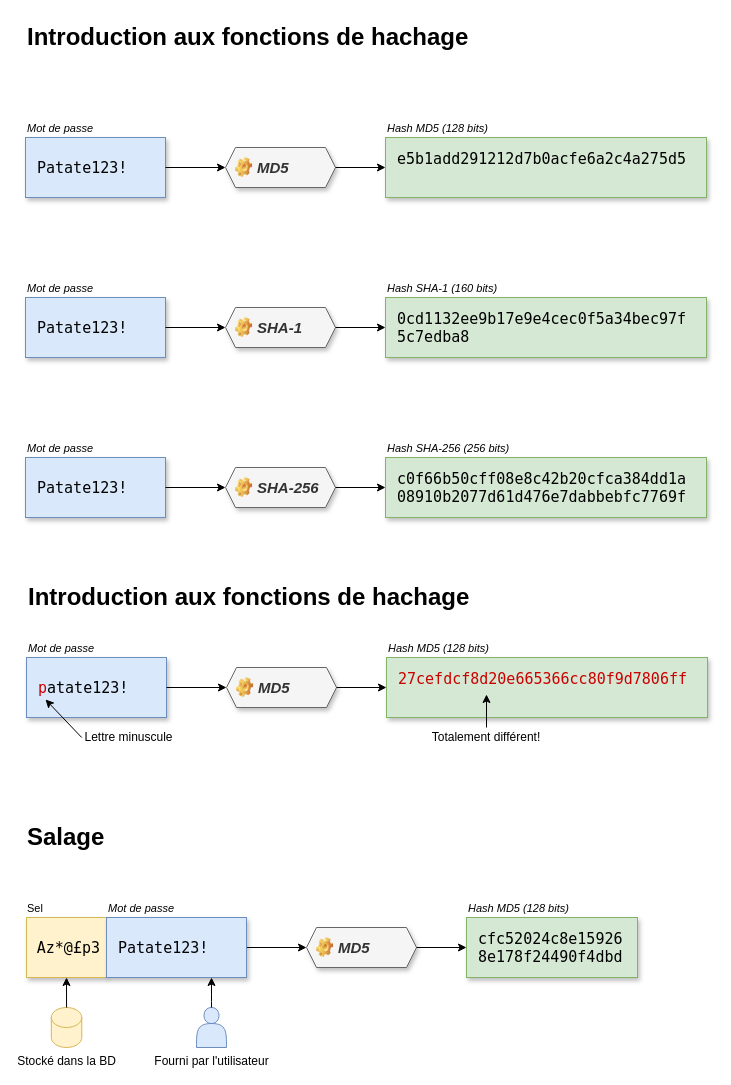
The draw.io diagram web/static/diagrammes.drawio in SlimePuppy8/2P6-proofread, before the edit. Source tidied: cells renumbered, new cells numbered last; positions are measured from the earlier drawing's top-left corner, leaving out a move shared by most shapes. Both pictures are drawn from the tidied source at 100%, with x=0, y=0 at pixel (25, 17).
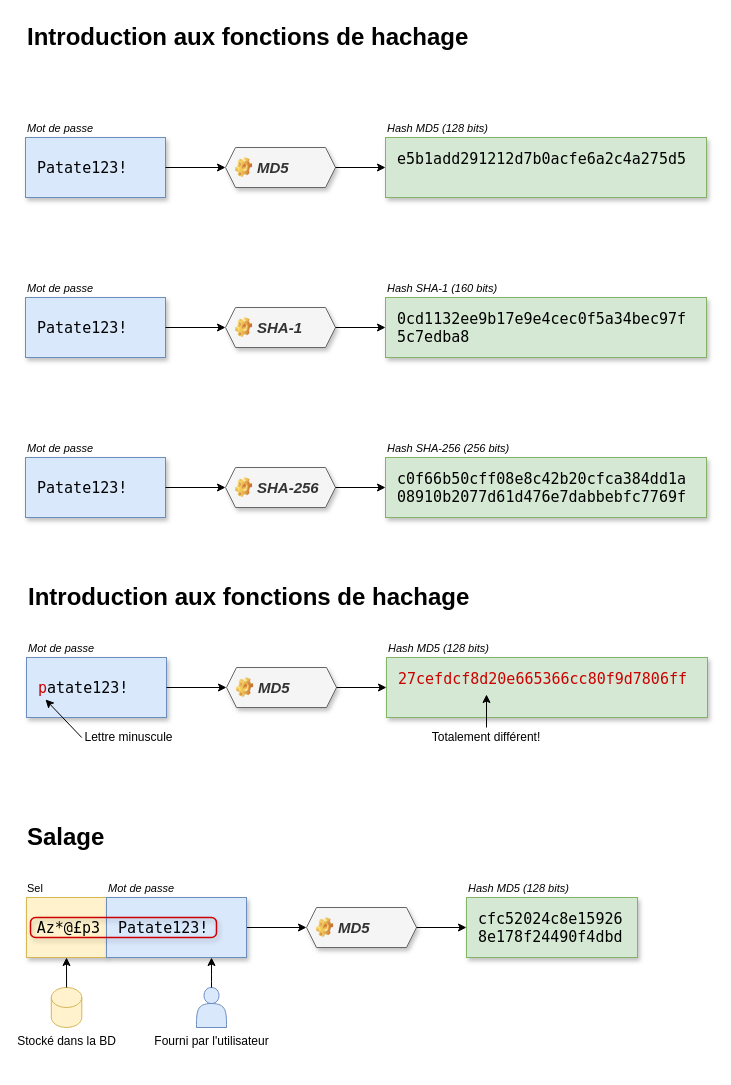
Above is the later version.

Commit message (it also covers changes not shown here):
Mise à jour de diagrammes

The edit, as a diff of the source:
```diff
@@
     <mxCell id="29" value="MD5" style="shape=hexagon;perimeter=hexagonPerimeter2;whiteSpace=wrap;html=1;fixedSize=1;fillColor=#f5f5f5;strokeColor=#666666;fontColor=#333333;size=10;fontStyle=3;fontSize=15;spacingLeft=30;align=left;shadow=1;" parent="1" vertex="1">
-      <mxGeometry x="281" y="910" width="110" height="40" as="geometry" />
+      <mxGeometry x="281" y="890" width="110" height="40" as="geometry" />
     </mxCell>
     <mxCell id="30" value="cfc52024c8e15926&lt;div&gt;8&lt;span style=&quot;background-color: transparent;&quot;&gt;e178f24490f4dbd&lt;/span&gt;&lt;/div&gt;" style="rounded=0;html=1;fontFamily=Lucida Console;align=left;verticalAlign=middle;whiteSpace=wrap;spacingLeft=10;fillColor=#d5e8d4;strokeColor=#82b366;fontColor=light-dark(#000000,#000000);textShadow=0;shadow=1;fontSize=15;" parent="1" vertex="1">
-      <mxGeometry x="441" y="900" width="171" height="60" as="geometry" />
+      <mxGeometry x="441" y="880" width="171" height="60" as="geometry" />
     </mxCell>
@@
     <mxCell id="32" value="&lt;font&gt;&lt;i&gt;Mot de passe&lt;/i&gt;&lt;/font&gt;" style="rounded=0;whiteSpace=wrap;html=1;spacing=2;spacingBottom=0;align=left;fillColor=none;strokeColor=none;fontSize=11;verticalAlign=bottom;" parent="1" vertex="1">
-      <mxGeometry x="81" y="880" width="120" height="20" as="geometry" />
+      <mxGeometry x="81" y="860" width="120" height="20" as="geometry" />
     </mxCell>
     <mxCell id="33" value="&lt;font&gt;&lt;i&gt;Hash MD5 (128 bits)&lt;/i&gt;&lt;/font&gt;" style="rounded=0;whiteSpace=wrap;html=1;spacing=2;spacingBottom=0;align=left;fillColor=none;strokeColor=none;fontSize=11;verticalAlign=bottom;" parent="1" vertex="1">
-      <mxGeometry x="441" y="880" width="161" height="20" as="geometry" />
+      <mxGeometry x="441" y="860" width="161" height="20" as="geometry" />
     </mxCell>
     <mxCell id="34" style="shape=image;html=1;verticalLabelPosition=bottom;verticalAlign=top;imageAspect=1;image=img/clipart/Gear_128x128.png;fontSize=14;" parent="1" vertex="1">
-      <mxGeometry x="291" y="920" width="17.1" height="20" as="geometry" />
+      <mxGeometry x="291" y="900" width="17.1" height="20" as="geometry" />
     </mxCell>
     <mxCell id="35" value="Az*@£p3" style="rounded=0;whiteSpace=wrap;html=1;fontFamily=Lucida Console;align=right;verticalAlign=middle;spacingTop=0;spacingLeft=2;fillColor=#fff2cc;strokeColor=#d6b656;textShadow=0;shadow=1;fontSize=15;fontColor=light-dark(#000000,#000000);spacingRight=4;" parent="1" vertex="1">
-      <mxGeometry x="1" y="900" width="80" height="60" as="geometry" />
+      <mxGeometry x="1" y="880" width="80" height="60" as="geometry" />
     </mxCell>
     <mxCell id="36" value="Sel" style="rounded=0;whiteSpace=wrap;html=1;spacing=2;spacingBottom=0;align=left;fillColor=none;strokeColor=none;fontSize=11;verticalAlign=bottom;" parent="1" vertex="1">
-      <mxGeometry y="880" width="81" height="20" as="geometry" />
+      <mxGeometry y="860" width="81" height="20" as="geometry" />
     </mxCell>
     <mxCell id="37" value="&lt;font&gt;Patate123!&lt;/font&gt;" style="rounded=0;whiteSpace=wrap;html=1;fontFamily=Lucida Console;align=left;verticalAlign=middle;spacingTop=0;spacingLeft=10;fillColor=#DAE8FC;strokeColor=#6c8ebf;fontColor=light-dark(#000000,#000000);textShadow=0;shadow=1;fontSize=15;" parent="1" vertex="1">
-      <mxGeometry x="81" y="900" width="140" height="60" as="geometry" />
+      <mxGeometry x="81" y="880" width="140" height="60" as="geometry" />
     </mxCell>
     <mxCell id="38" value="Fourni par l'utilisateur" style="shape=actor;html=1;fillColor=#dae8fc;strokeColor=#6c8ebf;labelPosition=center;verticalLabelPosition=bottom;align=center;verticalAlign=top;" parent="1" vertex="1">
-      <mxGeometry x="171" y="990" width="30" height="40" as="geometry" />
+      <mxGeometry x="171" y="970" width="30" height="40" as="geometry" />
     </mxCell>
     <mxCell id="39" value="Stocké dans la BD" style="shape=cylinder3;html=1;boundedLbl=1;backgroundOutline=1;size=10;fillColor=#fff2cc;strokeColor=#d6b656;labelPosition=center;verticalLabelPosition=bottom;align=center;verticalAlign=top;" parent="1" vertex="1">
-      <mxGeometry x="25.8" y="990" width="30.5" height="40" as="geometry" />
+      <mxGeometry x="25.8" y="970" width="30.5" height="40" as="geometry" />
     </mxCell>
@@
+    <mxCell id="55" style="rounded=1;whiteSpace=wrap;html=1;fillColor=none;strokeColor=#CC0000;strokeWidth=1.5;shadow=1;arcSize=25;glass=0;" parent="1" vertex="1">
+      <mxGeometry x="5" y="900" width="186" height="20" as="geometry" />
+    </mxCell>
```
